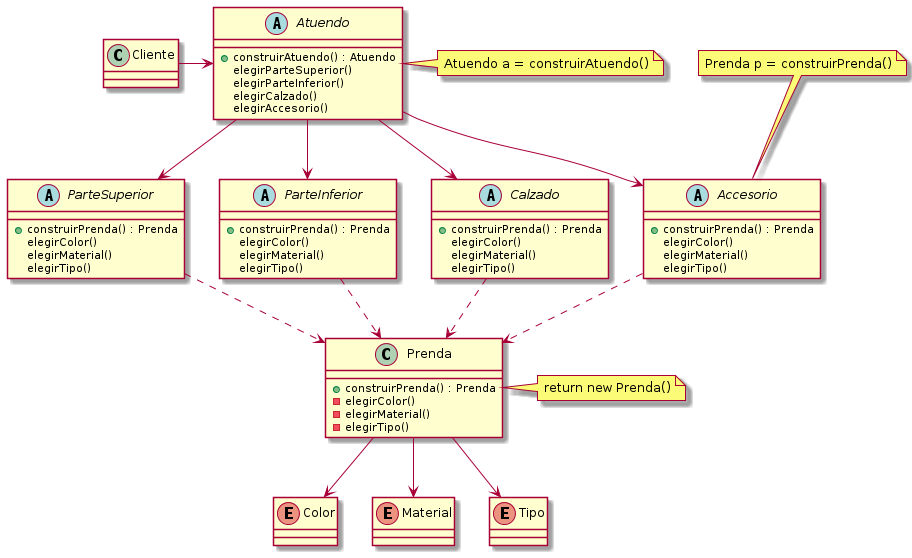
neverkas/dds-qmp keeps this PlantUML diagram as assets/diagrama-de-clases.png. Above is the earlier version.
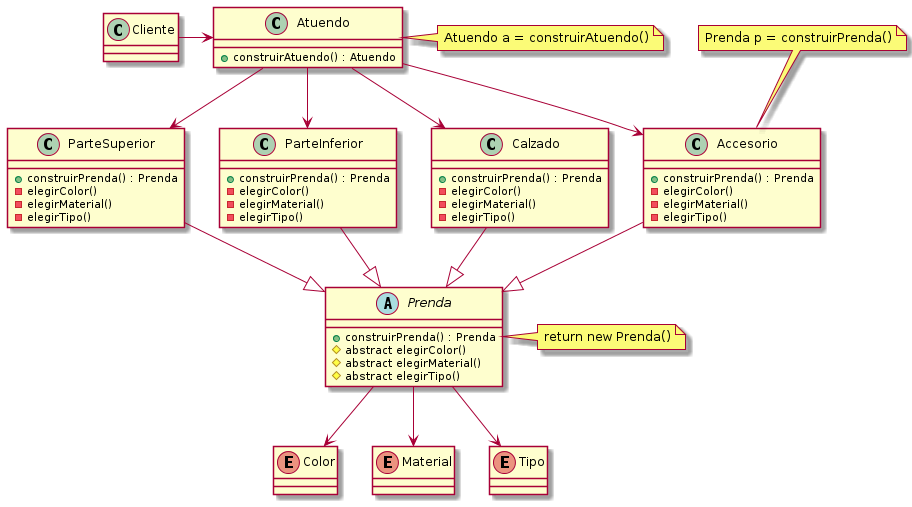
Above is the later version.

Commit message:
nuevos diagramas

What changed in the source:
```diff
@@ -8,10 +8,10 @@
 Accesorio <-up- Atuendo
 Calzado <-up- Atuendo
 
-Prenda <.up. Calzado
-Prenda <.up. Accesorio
-Prenda <.up. ParteInferior
-Prenda <.up. ParteSuperior
+Prenda <|-up- Calzado
+Prenda <|-up- Accesorio
+Prenda <|-up- ParteInferior
+Prenda <|-up- ParteSuperior
 
 Color <-up- Prenda
 Material <-up- Prenda
@@ -21,47 +21,42 @@
 
 class Cliente
 
-abstract class Atuendo{
+class Atuendo{
         +construirAtuendo() : Atuendo
-        elegirParteSuperior()
-        elegirParteInferior()
-        elegirCalzado()
-        elegirAccesorio()
 }
 
-abstract class Accesorio{
+class Accesorio{
         +construirPrenda() : Prenda
-        elegirColor()
-        elegirMaterial()
-        elegirTipo()
+        -elegirColor()
+        -elegirMaterial()
+        -elegirTipo()
 }
-abstract class Calzado{
+class Calzado{
         +construirPrenda() : Prenda
-        elegirColor()
-        elegirMaterial()
-        elegirTipo()
+        -elegirColor()
+        -elegirMaterial()
+        -elegirTipo()
 }
-abstract class ParteSuperior{
+class ParteSuperior{
         +construirPrenda() : Prenda
-        elegirColor()
-        elegirMaterial()
-        elegirTipo()
+        -elegirColor()
+        -elegirMaterial()
+        -elegirTipo()
 }
-
-abstract class ParteInferior{
-        +construirPrenda() : Prenda
-        elegirColor()
-        elegirMaterial()
-        elegirTipo()
-}
-
-class Prenda{
+class ParteInferior{
         +construirPrenda() : Prenda
         -elegirColor()
         -elegirMaterial()
         -elegirTipo()
 }
 
+abstract class Prenda{
+        +construirPrenda() : Prenda
+        #abstract elegirColor()
+        #abstract elegirMaterial()
+        #abstract elegirTipo()
+}
+
 enum Color
 enum Material
 enum Tipo
```
